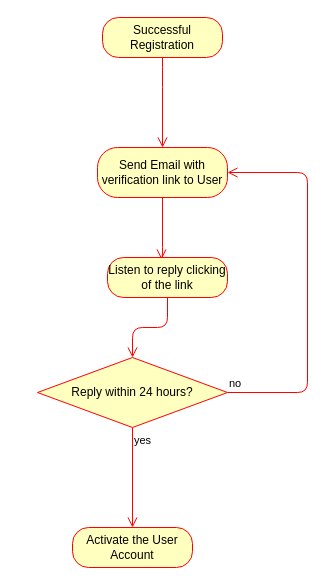
Earlier version of the draw.io diagram Verification Flowchart.drawio (khwongbf/FYP-CodeBase). Source tidied: cells renumbered, new cells numbered last; positions are measured from the earlier drawing's top-left corner, leaving out a move shared by most shapes. Both pictures are drawn from the tidied source at 100%, with x=0, y=0 at pixel (37, 17).
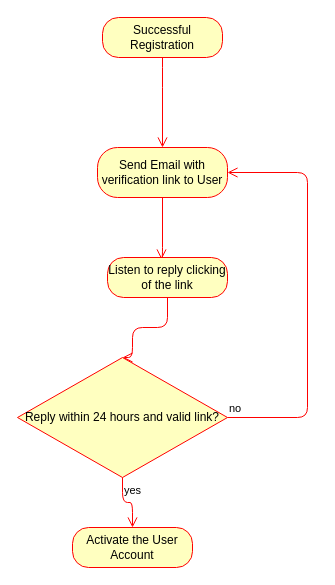
The same page after the edit.

What changed in the source:
```diff
@@
 <mxGraphModel>
   <root>
     <mxCell id="0" />
     <mxCell id="1" parent="0" />
     <mxCell id="2" value="Successful Registration" style="rounded=1;whiteSpace=wrap;html=1;arcSize=40;fontColor=#000000;fillColor=#ffffc0;strokeColor=#ff0000;" parent="1" vertex="1">
       <mxGeometry x="65" width="120" height="40" as="geometry" />
     </mxCell>
     <mxCell id="3" style="edgeStyle=orthogonalEdgeStyle;html=1;verticalAlign=bottom;endArrow=open;endSize=8;strokeColor=#ff0000;entryX=0.5;entryY=0;entryDx=0;entryDy=0;exitX=0.5;exitY=1;exitDx=0;exitDy=0;" parent="1" edge="1" source="2" target="4">
       <mxGeometry relative="1" as="geometry">
         <Array as="points">
           <mxPoint x="125" y="60" />
           <mxPoint x="125" y="60" />
         </Array>
       </mxGeometry>
     </mxCell>
     <mxCell id="4" value="Send Email with verification link to User" style="rounded=1;whiteSpace=wrap;html=1;arcSize=40;fontColor=#000000;fillColor=#ffffc0;strokeColor=#ff0000;" parent="1" vertex="1">
       <mxGeometry x="60" y="130" width="130" height="50" as="geometry" />
     </mxCell>
     <mxCell id="5" style="edgeStyle=orthogonalEdgeStyle;html=1;verticalAlign=bottom;endArrow=open;endSize=8;strokeColor=#ff0000;entryX=0.45;entryY=0.05;entryDx=0;entryDy=0;exitX=0.5;exitY=1;exitDx=0;exitDy=0;entryPerimeter=0;" parent="1" edge="1" source="4" target="9">
       <mxGeometry relative="1" as="geometry">
         <Array as="points">
           <mxPoint x="125" y="240" />
           <mxPoint x="124" y="240" />
         </Array>
       </mxGeometry>
     </mxCell>
-    <mxCell id="6" value="Reply within 24 hours?" style="rhombus;whiteSpace=wrap;html=1;fillColor=#ffffc0;strokeColor=#ff0000;" parent="1" vertex="1">
-      <mxGeometry y="340" width="190" height="70" as="geometry" />
+    <mxCell id="6" value="Reply within 24 hours and valid link?" style="rhombus;whiteSpace=wrap;html=1;fillColor=#ffffc0;strokeColor=#ff0000;" parent="1" vertex="1">
+      <mxGeometry x="-20" y="340" width="210" height="120" as="geometry" />
     </mxCell>
     <mxCell id="7" value="no" style="edgeStyle=orthogonalEdgeStyle;html=1;align=left;verticalAlign=bottom;endArrow=open;endSize=8;strokeColor=#ff0000;entryX=1;entryY=0.5;entryDx=0;entryDy=0;" parent="1" edge="1" source="6" target="4">
       <mxGeometry x="-1" relative="1" as="geometry">
         <Array as="points">
-          <mxPoint x="270" y="375" />
+          <mxPoint x="270" y="400" />
           <mxPoint x="270" y="155" />
         </Array>
       </mxGeometry>
     </mxCell>
     <mxCell id="8" value="yes" style="edgeStyle=orthogonalEdgeStyle;html=1;align=left;verticalAlign=top;endArrow=open;endSize=8;strokeColor=#ff0000;entryX=0.5;entryY=0;entryDx=0;entryDy=0;" parent="1" edge="1" source="6" target="11">
       <mxGeometry x="-1" relative="1" as="geometry" />
     </mxCell>
     <mxCell id="9" value="Listen to reply clicking of the link" style="rounded=1;whiteSpace=wrap;html=1;arcSize=40;fontColor=#000000;fillColor=#ffffc0;strokeColor=#ff0000;" parent="1" vertex="1">
       <mxGeometry x="70" y="240" width="120" height="40" as="geometry" />
     </mxCell>
     <mxCell id="10" style="edgeStyle=orthogonalEdgeStyle;html=1;verticalAlign=bottom;endArrow=open;endSize=8;strokeColor=#ff0000;entryX=0.5;entryY=0;entryDx=0;entryDy=0;" parent="1" edge="1" source="9" target="6">
       <mxGeometry relative="1" as="geometry">
         <Array as="points">
           <mxPoint x="130" y="310" />
           <mxPoint x="95" y="310" />
         </Array>
       </mxGeometry>
     </mxCell>
     <mxCell id="11" value="Activate the User Account" style="rounded=1;whiteSpace=wrap;html=1;arcSize=40;fontColor=#000000;fillColor=#ffffc0;strokeColor=#ff0000;" parent="1" vertex="1">
       <mxGeometry x="35" y="510" width="120" height="40" as="geometry" />
     </mxCell>
   </root>
 </mxGraphModel>
```
